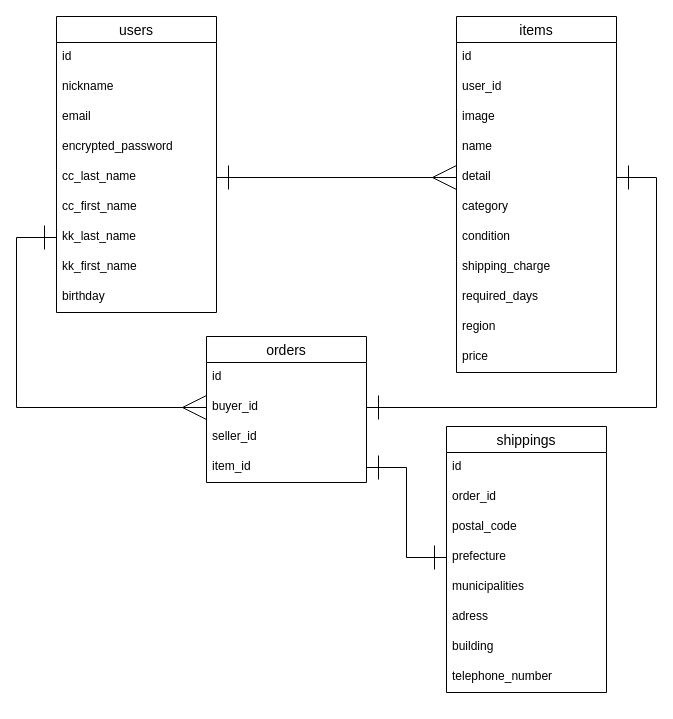
The draw.io diagram frima.dio in TailWisteria/furima-36383, before the edit. Source tidied: cells renumbered, new cells numbered last; positions are measured from the earlier drawing's top-left corner, leaving out a move shared by most shapes. Both pictures are drawn from the tidied source at 100%, with x=0, y=0 at pixel (56, 16).
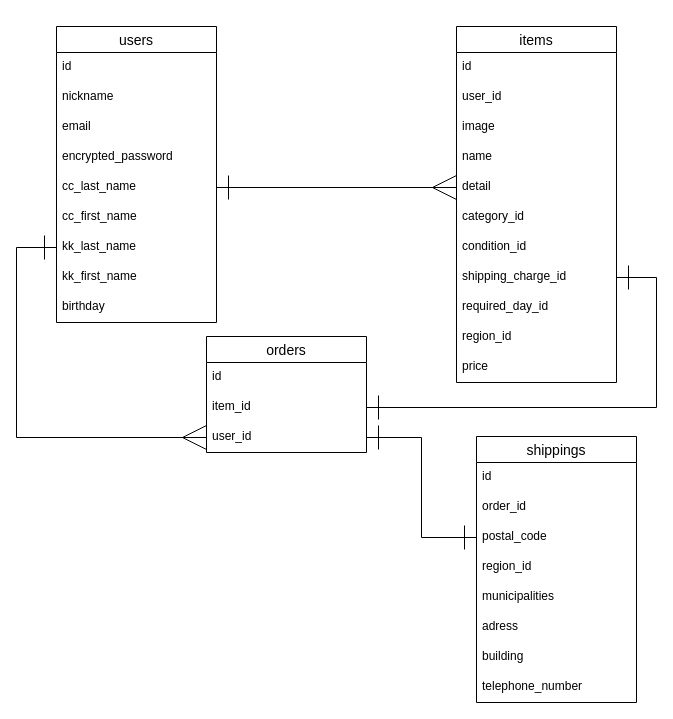
Above is the later version.

The change refers to these unchanged cells:
```xml
<mxCell id="17" value="detail" style="text;strokeColor=none;fillColor=none;spacingLeft=4;spacingRight=4;overflow=hidden;points=[[0,0.5],[1,0.5]];portConstraint=eastwest;fontSize=12;" parent="12" vertex="1">
  <mxGeometry y="146" width="160" height="30" as="geometry" />
</mxCell>
<mxCell id="32" value="postal_code" style="text;strokeColor=none;fillColor=none;spacingLeft=4;spacingRight=4;overflow=hidden;points=[[0,0.5],[1,0.5]];portConstraint=eastwest;fontSize=12;" parent="29" vertex="1">
  <mxGeometry y="86" width="160" height="30" as="geometry" />
</mxCell>
```

What changed in the source:
```diff
@@
     <mxCell id="2" value="users" style="swimlane;fontStyle=0;horizontal=1;startSize=26;align=center;fontSize=14;" parent="1" vertex="1">
-      <mxGeometry width="160" height="296" as="geometry" />
+      <mxGeometry y="10" width="160" height="296" as="geometry" />
     </mxCell>
@@
     <mxCell id="12" value="items" style="swimlane;fontStyle=0;horizontal=1;startSize=26;align=center;fontSize=14;" parent="1" vertex="1">
-      <mxGeometry x="400" width="160" height="356" as="geometry" />
+      <mxGeometry x="400" y="10" width="160" height="356" as="geometry" />
     </mxCell>
@@
-    <mxCell id="18" value="category" style="text;strokeColor=none;fillColor=none;spacingLeft=4;spacingRight=4;overflow=hidden;fontSize=12;" parent="12" vertex="1">
+    <mxCell id="18" value="category_id" style="text;strokeColor=none;fillColor=none;spacingLeft=4;spacingRight=4;overflow=hidden;fontSize=12;" parent="12" vertex="1">
       <mxGeometry y="176" width="160" height="30" as="geometry" />
     </mxCell>
-    <mxCell id="19" value="condition" style="text;strokeColor=none;fillColor=none;spacingLeft=4;spacingRight=4;overflow=hidden;fontSize=12;" parent="12" vertex="1">
+    <mxCell id="19" value="condition_id" style="text;strokeColor=none;fillColor=none;spacingLeft=4;spacingRight=4;overflow=hidden;fontSize=12;" parent="12" vertex="1">
       <mxGeometry y="206" width="160" height="30" as="geometry" />
     </mxCell>
-    <mxCell id="20" value="shipping_charge" style="text;strokeColor=none;fillColor=none;spacingLeft=4;spacingRight=4;overflow=hidden;points=[[0,0.5],[1,0.5]];portConstraint=eastwest;fontSize=12;" parent="12" vertex="1">
+    <mxCell id="20" value="shipping_charge_id" style="text;strokeColor=none;fillColor=none;spacingLeft=4;spacingRight=4;overflow=hidden;points=[[0,0.5],[1,0.5]];portConstraint=eastwest;fontSize=12;" parent="12" vertex="1">
       <mxGeometry y="236" width="160" height="30" as="geometry" />
     </mxCell>
-    <mxCell id="21" value="required_days" style="text;strokeColor=none;fillColor=none;spacingLeft=4;spacingRight=4;overflow=hidden;fontSize=12;" parent="12" vertex="1">
+    <mxCell id="21" value="required_day_id" style="text;strokeColor=none;fillColor=none;spacingLeft=4;spacingRight=4;overflow=hidden;fontSize=12;" parent="12" vertex="1">
       <mxGeometry y="266" width="160" height="30" as="geometry" />
     </mxCell>
-    <mxCell id="22" value="region" style="text;strokeColor=none;fillColor=none;spacingLeft=4;spacingRight=4;overflow=hidden;fontSize=12;" parent="12" vertex="1">
+    <mxCell id="22" value="region_id" style="text;strokeColor=none;fillColor=none;spacingLeft=4;spacingRight=4;overflow=hidden;fontSize=12;" parent="12" vertex="1">
       <mxGeometry y="296" width="160" height="30" as="geometry" />
     </mxCell>
@@
     <mxCell id="24" value="orders" style="swimlane;fontStyle=0;horizontal=1;startSize=26;align=center;fontSize=14;" parent="1" vertex="1">
-      <mxGeometry x="150" y="320" width="160" height="146" as="geometry" />
+      <mxGeometry x="150" y="320" width="160" height="116" as="geometry" />
     </mxCell>
+    <mxCell id="42" value="id" style="text;strokeColor=none;fillColor=none;spacingLeft=4;spacingRight=4;overflow=hidden;fontSize=12;" parent="24" vertex="1">
+      <mxGeometry y="26" width="160" height="30" as="geometry" />
+    </mxCell>
-    <mxCell id="25" value="id" style="text;strokeColor=none;fillColor=none;spacingLeft=4;spacingRight=4;overflow=hidden;points=[[0,0.5],[1,0.5]];portConstraint=eastwest;fontSize=12;" parent="24" vertex="1">
-      <mxGeometry y="26" width="160" height="30" as="geometry" />
+    <mxCell id="25" value="item_id" style="text;strokeColor=none;fillColor=none;spacingLeft=4;spacingRight=4;overflow=hidden;points=[[0,0.5],[1,0.5]];portConstraint=eastwest;fontSize=12;" parent="24" vertex="1">
+      <mxGeometry y="56" width="160" height="30" as="geometry" />
     </mxCell>
-    <mxCell id="26" value="buyer_id" style="text;strokeColor=none;fillColor=none;spacingLeft=4;spacingRight=4;overflow=hidden;points=[[0,0.5],[1,0.5]];portConstraint=eastwest;fontSize=12;" parent="24" vertex="1">
-      <mxGeometry y="56" width="160" height="30" as="geometry" />
+    <mxCell id="26" value="user_id" style="text;strokeColor=none;fillColor=none;spacingLeft=4;spacingRight=4;overflow=hidden;points=[[0,0.5],[1,0.5]];portConstraint=eastwest;fontSize=12;" parent="24" vertex="1">
+      <mxGeometry y="86" width="160" height="30" as="geometry" />
     </mxCell>
-    <mxCell id="27" value="seller_id" style="text;strokeColor=none;fillColor=none;spacingLeft=4;spacingRight=4;overflow=hidden;fontSize=12;" parent="24" vertex="1">
-      <mxGeometry y="86" width="160" height="30" as="geometry" />
-    </mxCell>
-    <mxCell id="28" value="item_id" style="text;strokeColor=none;fillColor=none;spacingLeft=4;spacingRight=4;overflow=hidden;points=[[0,0.5],[1,0.5]];portConstraint=eastwest;fontSize=12;" parent="24" vertex="1">
-      <mxGeometry y="116" width="160" height="30" as="geometry" />
-    </mxCell>
     <mxCell id="29" value="shippings" style="swimlane;fontStyle=0;horizontal=1;startSize=26;align=center;fontSize=14;" parent="1" vertex="1">
-      <mxGeometry x="390" y="410" width="160" height="266" as="geometry" />
+      <mxGeometry x="420" y="420" width="160" height="266" as="geometry" />
     </mxCell>
@@
-    <mxCell id="33" value="prefecture" style="text;strokeColor=none;fillColor=none;spacingLeft=4;spacingRight=4;overflow=hidden;points=[[0,0.5],[1,0.5]];portConstraint=eastwest;fontSize=12;" parent="29" vertex="1">
+    <mxCell id="33" value="region_id" style="text;strokeColor=none;fillColor=none;spacingLeft=4;spacingRight=4;overflow=hidden;points=[[0,0.5],[1,0.5]];portConstraint=eastwest;fontSize=12;" parent="29" vertex="1">
       <mxGeometry y="116" width="160" height="30" as="geometry" />
     </mxCell>
@@
-    <mxCell id="40" style="edgeStyle=orthogonalEdgeStyle;rounded=0;jettySize=auto;html=1;exitX=1;exitY=0.5;exitDx=0;exitDy=0;startArrow=ERone;startFill=0;endArrow=ERone;endFill=0;startSize=22;endSize=22;" parent="1" edge="1" source="17" target="26">
-      <mxGeometry relative="1" as="geometry" />
-    </mxCell>
-    <mxCell id="41" style="edgeStyle=orthogonalEdgeStyle;rounded=0;jettySize=auto;html=1;exitX=1;exitY=0.5;exitDx=0;exitDy=0;entryX=0;entryY=0.5;entryDx=0;entryDy=0;startArrow=ERone;startFill=0;endArrow=ERone;endFill=0;startSize=22;endSize=22;" parent="1" edge="1" source="28" target="33">
-      <mxGeometry relative="1" as="geometry" />
-    </mxCell>
+    <mxCell id="43" style="edgeStyle=orthogonalEdgeStyle;rounded=0;jettySize=auto;html=1;exitX=1;exitY=0.5;exitDx=0;exitDy=0;entryX=0;entryY=0.5;entryDx=0;entryDy=0;startArrow=ERone;startFill=0;endArrow=ERone;endFill=0;startSize=22;endSize=22;" parent="1" edge="1" source="26" target="32">
+      <mxGeometry relative="1" as="geometry" />
+    </mxCell>
+    <mxCell id="44" style="edgeStyle=orthogonalEdgeStyle;rounded=0;jettySize=auto;html=1;exitX=1;exitY=0.5;exitDx=0;exitDy=0;entryX=1;entryY=0.5;entryDx=0;entryDy=0;startArrow=ERone;startFill=0;endArrow=ERone;endFill=0;startSize=22;endSize=22;" parent="1" edge="1" source="25" target="20">
+      <mxGeometry relative="1" as="geometry" />
+    </mxCell>
```
